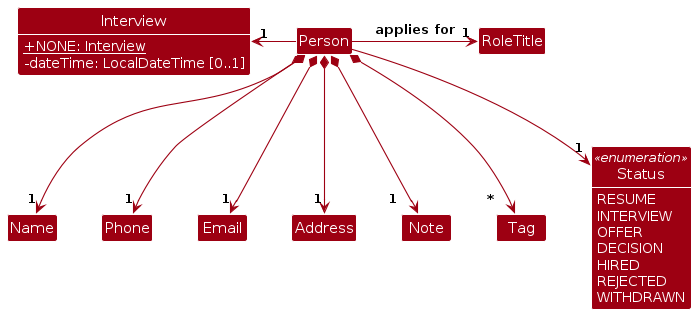
Above: diagrams/CandidateClassDiagram.png in AY2627S1-CS2103-F12-3/tp (PlantUML), before the change. Its source is kept beside it as diagrams/CandidateClassDiagram.puml.
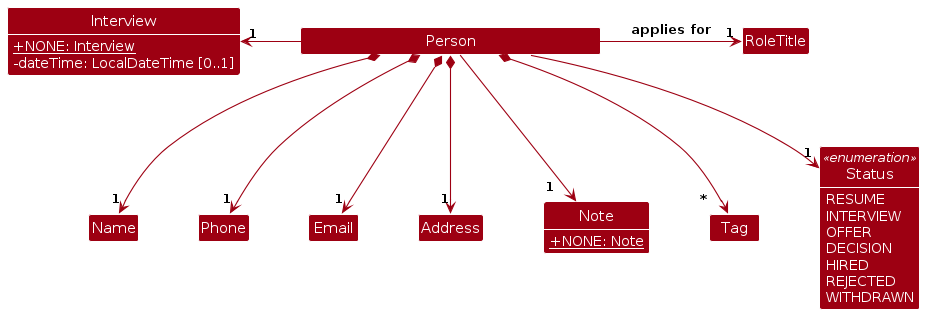
After the commit.

Change to the diagram source:
```diff
@@ -5,15 +5,28 @@
 skinparam classBackgroundColor MODEL_COLOR
 skinparam classAttributeIconSize 0
 skinparam classAttributeFontColor #FFFFFF
-skinparam nodesep 45
+skinparam nodesep 60
 skinparam ranksep 70
 
-Class Person
+<style>
+classDiagram {
+    class {
+        .wide {
+            MinimumWidth 300
+        }
+    }
+}
+</style>
+
+Class Person <<wide>>
+hide <<wide>> stereotype
 Class Name
 Class Phone
 Class Email
 Class Address
-Class Note
+Class Note {
+    {static} +NONE: Note
+}
 Class Tag
 Class RoleTitle
 Class Interview {
@@ -30,6 +43,7 @@
     WITHDRAWN
 }
 
+show Note fields
 show Interview fields
 show Status fields
 
@@ -37,7 +51,7 @@
 Person *--> "1" Phone
 Person *--> "1" Email
 Person *--> "1" Address
-Person *--> "1   " Note
+Person --> "1   " Note
 Person *--> "~*   " Tag
 Person -right-> "1" RoleTitle : applies for
 Person -left-> "1" Interview
```
